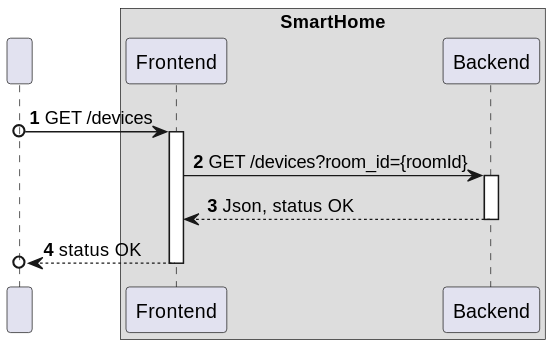
Before: docs/useCases/uc22_frontendToGetListOfDevices/artifacts/UC22_SD.svg, a diagram exported from PlantUML (olivDiogo/SmartHome). Its diagram source:
```plantuml
@startuml
!pragma layout smetana

autonumber

participant " " as User

box "SmartHome"
    participant "Frontend" as FE
    participant "Backend" as SV
end box

User o-> FE : GET /devices
activate FE

FE -> SV : GET /devices?room_id={roomId}
activate SV

SV --> FE : Json, status OK
deactivate SV

FE -->o User : status OK
deactivate FE
@enduml
```
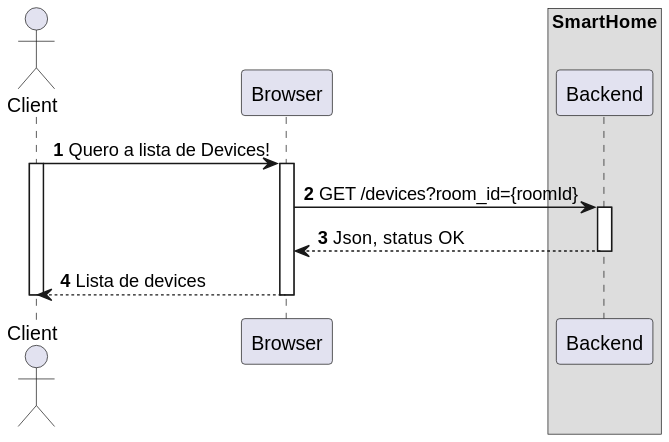
Later version of the same file.

What changed in the source:
```diff
@@ -3,15 +3,18 @@
 
 autonumber
 
-participant " " as User
+actor "Client" as User
+
+participant "Browser" as FE
+
 
 box "SmartHome"
-    participant "Frontend" as FE
     participant "Backend" as SV
 end box
 
-User o-> FE : GET /devices
+User -> FE : Quero a lista de Devices!
 activate FE
+activate User
 
 FE -> SV : GET /devices?room_id={roomId}
 activate SV
@@ -19,6 +22,7 @@
 SV --> FE : Json, status OK
 deactivate SV
 
-FE -->o User : status OK
+FE --> User : Lista de devices
 deactivate FE
+deactivate User
 @enduml
```
